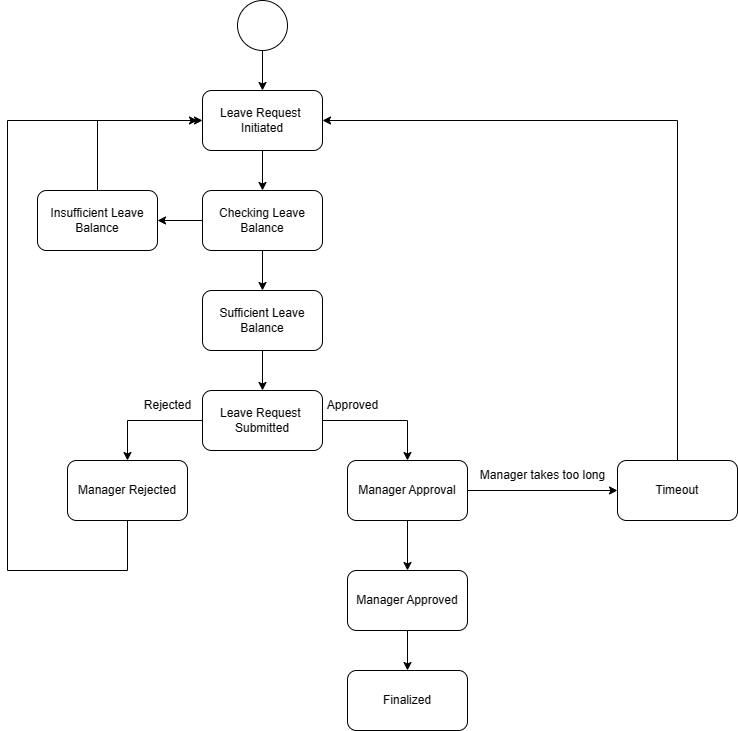
ilten22/SAD keeps this draw.io diagram as state/LeaveReqState.drawio.png. Above is the earlier version. Source tidied: cells renumbered, new cells last; positions are measured from the earlier drawing's top-left corner, leaving out a move shared by most shapes. Its diagram source:
```xml
<mxGraphModel background="#ffffff">
  <root>
    <mxCell id="0" />
    <mxCell id="1" parent="0" />
    <mxCell id="2" style="ellipse;whiteSpace=wrap;html=1;" parent="1" vertex="1">
      <mxGeometry x="230" width="50" height="50" as="geometry" />
    </mxCell>
    <mxCell id="3" value="Leave Request&amp;nbsp;&lt;br&gt;Initiated" style="rounded=1;whiteSpace=wrap;html=1;" parent="1" vertex="1">
      <mxGeometry x="195" y="90" width="120" height="60" as="geometry" />
    </mxCell>
    <mxCell id="4" value="Leave Request&amp;nbsp;&lt;br&gt;Submitted" style="rounded=1;whiteSpace=wrap;html=1;" parent="1" vertex="1">
      <mxGeometry x="195" y="390" width="120" height="60" as="geometry" />
    </mxCell>
    <mxCell id="5" value="Manager Approval" style="rounded=1;whiteSpace=wrap;html=1;" parent="1" vertex="1">
      <mxGeometry x="340" y="460" width="120" height="60" as="geometry" />
    </mxCell>
    <mxCell id="6" value="Manager Rejected" style="rounded=1;whiteSpace=wrap;html=1;" parent="1" vertex="1">
      <mxGeometry x="60" y="460" width="120" height="60" as="geometry" />
    </mxCell>
    <mxCell id="7" value="Manager Approved" style="rounded=1;whiteSpace=wrap;html=1;" parent="1" vertex="1">
      <mxGeometry x="340" y="570" width="120" height="60" as="geometry" />
    </mxCell>
    <mxCell id="8" style="endArrow=classic;html=1;rounded=0;exitX=0.5;exitY=1;exitDx=0;exitDy=0;entryX=0.5;entryY=0;entryDx=0;entryDy=0;" parent="1" edge="1" source="2" target="3">
      <mxGeometry relative="1" as="geometry" />
    </mxCell>
    <mxCell id="9" style="endArrow=classic;html=1;rounded=0;exitX=0.5;exitY=1;exitDx=0;exitDy=0;entryX=0.5;entryY=0;entryDx=0;entryDy=0;" parent="1" edge="1" source="3" target="22">
      <mxGeometry relative="1" as="geometry" />
    </mxCell>
    <mxCell id="10" style="endArrow=classic;html=1;rounded=0;exitX=0;exitY=0.5;exitDx=0;exitDy=0;entryX=0.5;entryY=0;entryDx=0;entryDy=0;" parent="1" edge="1" source="4" target="6">
      <mxGeometry relative="1" as="geometry">
        <Array as="points">
          <mxPoint x="120" y="420" />
        </Array>
      </mxGeometry>
    </mxCell>
    <mxCell id="11" style="endArrow=classic;html=1;rounded=0;exitX=0.5;exitY=1;exitDx=0;exitDy=0;" parent="1" edge="1" source="6">
      <mxGeometry relative="1" as="geometry">
        <mxPoint x="190" y="120" as="targetPoint" />
        <Array as="points">
          <mxPoint x="120" y="570" />
          <mxPoint y="570" />
          <mxPoint y="120" />
        </Array>
      </mxGeometry>
    </mxCell>
    <mxCell id="12" style="endArrow=classic;html=1;rounded=0;exitX=1;exitY=0.5;exitDx=0;exitDy=0;entryX=0.5;entryY=0;entryDx=0;entryDy=0;" parent="1" edge="1" source="4" target="5">
      <mxGeometry relative="1" as="geometry">
        <Array as="points">
          <mxPoint x="400" y="420" />
        </Array>
      </mxGeometry>
    </mxCell>
    <mxCell id="13" style="endArrow=classic;html=1;rounded=0;exitX=0.5;exitY=1;exitDx=0;exitDy=0;entryX=0.5;entryY=0;entryDx=0;entryDy=0;" parent="1" edge="1" source="5" target="7">
      <mxGeometry relative="1" as="geometry" />
    </mxCell>
    <mxCell id="14" style="endArrow=classic;html=1;rounded=0;exitX=0.5;exitY=1;exitDx=0;exitDy=0;entryX=0.5;entryY=0;entryDx=0;entryDy=0;" parent="1" edge="1" source="7" target="15">
      <mxGeometry relative="1" as="geometry" />
    </mxCell>
    <mxCell id="15" value="Finalized" style="rounded=1;whiteSpace=wrap;html=1;" parent="1" vertex="1">
      <mxGeometry x="340" y="670" width="120" height="60" as="geometry" />
    </mxCell>
    <mxCell id="16" style="endArrow=classic;html=1;rounded=0;exitX=1;exitY=0.5;exitDx=0;exitDy=0;entryX=0;entryY=0.5;entryDx=0;entryDy=0;" parent="1" edge="1" source="5" target="17">
      <mxGeometry relative="1" as="geometry" />
    </mxCell>
    <mxCell id="17" value="Timeout" style="rounded=1;whiteSpace=wrap;html=1;" parent="1" vertex="1">
      <mxGeometry x="610" y="460" width="120" height="60" as="geometry" />
    </mxCell>
    <mxCell id="18" style="endArrow=classic;html=1;rounded=0;exitX=0.5;exitY=0;exitDx=0;exitDy=0;entryX=1;entryY=0.5;entryDx=0;entryDy=0;" parent="1" edge="1" source="17" target="3">
      <mxGeometry relative="1" as="geometry">
        <Array as="points">
          <mxPoint x="670" y="120" />
        </Array>
      </mxGeometry>
    </mxCell>
    <mxCell id="19" value="Manager takes too long" style="text;html=1;align=center;verticalAlign=middle;strokeColor=none;fillColor=none;" parent="1" vertex="1">
      <mxGeometry x="460" y="460" width="150" height="30" as="geometry" />
    </mxCell>
    <mxCell id="20" value="Approved" style="text;html=1;align=center;verticalAlign=middle;strokeColor=none;fillColor=none;" parent="1" vertex="1">
      <mxGeometry x="310" y="390" width="70" height="30" as="geometry" />
    </mxCell>
    <mxCell id="21" value="Rejected" style="text;html=1;align=center;verticalAlign=middle;strokeColor=none;fillColor=none;" parent="1" vertex="1">
      <mxGeometry x="125" y="390" width="70" height="30" as="geometry" />
    </mxCell>
    <mxCell id="22" value="Checking Leave&lt;br&gt;Balance" style="rounded=1;whiteSpace=wrap;html=1;" parent="1" vertex="1">
      <mxGeometry x="195" y="190" width="120" height="60" as="geometry" />
    </mxCell>
    <mxCell id="23" value="Sufficient Leave&lt;br&gt;Balance" style="rounded=1;whiteSpace=wrap;html=1;" parent="1" vertex="1">
      <mxGeometry x="195" y="290" width="120" height="60" as="geometry" />
    </mxCell>
    <mxCell id="24" value="Insufficient Leave&lt;br&gt;Balance" style="rounded=1;whiteSpace=wrap;html=1;" parent="1" vertex="1">
      <mxGeometry x="30" y="190" width="120" height="60" as="geometry" />
    </mxCell>
    <mxCell id="25" style="endArrow=classic;html=1;rounded=0;exitX=0.5;exitY=1;exitDx=0;exitDy=0;entryX=0.5;entryY=0;entryDx=0;entryDy=0;" parent="1" edge="1" source="22" target="23">
      <mxGeometry relative="1" as="geometry" />
    </mxCell>
    <mxCell id="26" style="endArrow=classic;html=1;rounded=0;exitX=0.5;exitY=1;exitDx=0;exitDy=0;entryX=0.5;entryY=0;entryDx=0;entryDy=0;" parent="1" edge="1" source="23" target="4">
      <mxGeometry relative="1" as="geometry" />
    </mxCell>
    <mxCell id="27" style="endArrow=classic;html=1;rounded=0;exitX=0;exitY=0.5;exitDx=0;exitDy=0;entryX=1;entryY=0.5;entryDx=0;entryDy=0;" parent="1" edge="1" source="22" target="24">
      <mxGeometry relative="1" as="geometry" />
    </mxCell>
    <mxCell id="28" style="endArrow=classic;html=1;rounded=0;exitX=0.5;exitY=0;exitDx=0;exitDy=0;entryX=0;entryY=0.5;entryDx=0;entryDy=0;" parent="1" edge="1" source="24" target="3">
      <mxGeometry relative="1" as="geometry">
        <Array as="points">
          <mxPoint x="90" y="120" />
        </Array>
      </mxGeometry>
    </mxCell>
  </root>
</mxGraphModel>
```
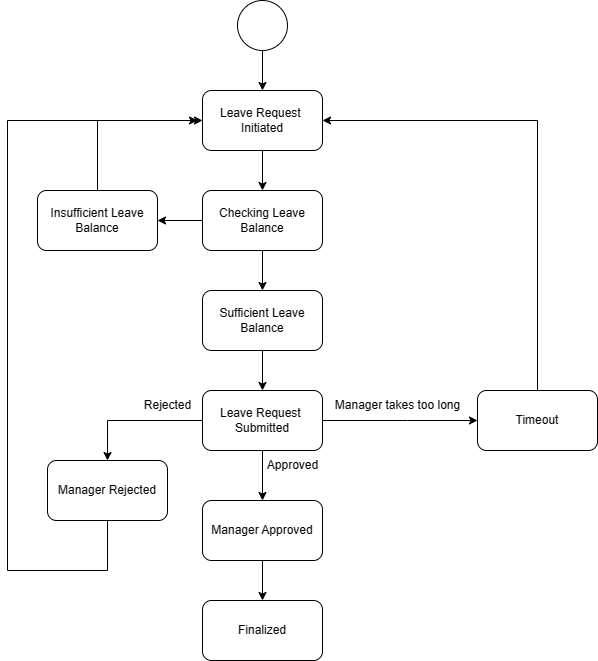
Above is the later version.

The edit, as a diff of the source:
```diff
@@ -11,14 +11,14 @@
     <mxCell id="4" value="Leave Request&amp;nbsp;&lt;br&gt;Submitted" style="rounded=1;whiteSpace=wrap;html=1;" parent="1" vertex="1">
       <mxGeometry x="195" y="390" width="120" height="60" as="geometry" />
     </mxCell>
-    <mxCell id="5" value="Manager Approval" style="rounded=1;whiteSpace=wrap;html=1;" parent="1" vertex="1">
-      <mxGeometry x="340" y="460" width="120" height="60" as="geometry" />
+    <mxCell id="5" value="Manager Approved" style="rounded=1;whiteSpace=wrap;html=1;" parent="1" vertex="1">
+      <mxGeometry x="195" y="500" width="120" height="60" as="geometry" />
     </mxCell>
     <mxCell id="6" value="Manager Rejected" style="rounded=1;whiteSpace=wrap;html=1;" parent="1" vertex="1">
-      <mxGeometry x="60" y="460" width="120" height="60" as="geometry" />
+      <mxGeometry x="40" y="460" width="120" height="60" as="geometry" />
     </mxCell>
-    <mxCell id="7" value="Manager Approved" style="rounded=1;whiteSpace=wrap;html=1;" parent="1" vertex="1">
-      <mxGeometry x="340" y="570" width="120" height="60" as="geometry" />
+    <mxCell id="7" value="Finalized" style="rounded=1;whiteSpace=wrap;html=1;" parent="1" vertex="1">
+      <mxGeometry x="195" y="600" width="120" height="60" as="geometry" />
     </mxCell>
     <mxCell id="8" style="endArrow=classic;html=1;rounded=0;exitX=0.5;exitY=1;exitDx=0;exitDy=0;entryX=0.5;entryY=0;entryDx=0;entryDy=0;" parent="1" edge="1" source="2" target="3">
       <mxGeometry relative="1" as="geometry" />
@@ -29,7 +29,7 @@
     <mxCell id="10" style="endArrow=classic;html=1;rounded=0;exitX=0;exitY=0.5;exitDx=0;exitDy=0;entryX=0.5;entryY=0;entryDx=0;entryDy=0;" parent="1" edge="1" source="4" target="6">
       <mxGeometry relative="1" as="geometry">
         <Array as="points">
-          <mxPoint x="120" y="420" />
+          <mxPoint x="100" y="420" />
         </Array>
       </mxGeometry>
     </mxCell>
@@ -37,13 +37,13 @@
       <mxGeometry relative="1" as="geometry">
         <mxPoint x="190" y="120" as="targetPoint" />
         <Array as="points">
-          <mxPoint x="120" y="570" />
+          <mxPoint x="100" y="570" />
           <mxPoint y="570" />
           <mxPoint y="120" />
         </Array>
       </mxGeometry>
     </mxCell>
-    <mxCell id="12" style="endArrow=classic;html=1;rounded=0;exitX=1;exitY=0.5;exitDx=0;exitDy=0;entryX=0.5;entryY=0;entryDx=0;entryDy=0;" parent="1" edge="1" source="4" target="5">
+    <mxCell id="12" style="endArrow=classic;html=1;rounded=0;exitX=1;exitY=0.5;exitDx=0;exitDy=0;entryX=0;entryY=0.5;entryDx=0;entryDy=0;" parent="1" edge="1" source="4" target="17">
       <mxGeometry relative="1" as="geometry">
         <Array as="points">
           <mxPoint x="400" y="420" />
@@ -53,30 +53,21 @@
     <mxCell id="13" style="endArrow=classic;html=1;rounded=0;exitX=0.5;exitY=1;exitDx=0;exitDy=0;entryX=0.5;entryY=0;entryDx=0;entryDy=0;" parent="1" edge="1" source="5" target="7">
       <mxGeometry relative="1" as="geometry" />
     </mxCell>
-    <mxCell id="14" style="endArrow=classic;html=1;rounded=0;exitX=0.5;exitY=1;exitDx=0;exitDy=0;entryX=0.5;entryY=0;entryDx=0;entryDy=0;" parent="1" edge="1" source="7" target="15">
-      <mxGeometry relative="1" as="geometry" />
-    </mxCell>
-    <mxCell id="15" value="Finalized" style="rounded=1;whiteSpace=wrap;html=1;" parent="1" vertex="1">
-      <mxGeometry x="340" y="670" width="120" height="60" as="geometry" />
-    </mxCell>
-    <mxCell id="16" style="endArrow=classic;html=1;rounded=0;exitX=1;exitY=0.5;exitDx=0;exitDy=0;entryX=0;entryY=0.5;entryDx=0;entryDy=0;" parent="1" edge="1" source="5" target="17">
-      <mxGeometry relative="1" as="geometry" />
-    </mxCell>
     <mxCell id="17" value="Timeout" style="rounded=1;whiteSpace=wrap;html=1;" parent="1" vertex="1">
-      <mxGeometry x="610" y="460" width="120" height="60" as="geometry" />
+      <mxGeometry x="470" y="390" width="120" height="60" as="geometry" />
     </mxCell>
     <mxCell id="18" style="endArrow=classic;html=1;rounded=0;exitX=0.5;exitY=0;exitDx=0;exitDy=0;entryX=1;entryY=0.5;entryDx=0;entryDy=0;" parent="1" edge="1" source="17" target="3">
       <mxGeometry relative="1" as="geometry">
         <Array as="points">
-          <mxPoint x="670" y="120" />
+          <mxPoint x="530" y="120" />
         </Array>
       </mxGeometry>
     </mxCell>
     <mxCell id="19" value="Manager takes too long" style="text;html=1;align=center;verticalAlign=middle;strokeColor=none;fillColor=none;" parent="1" vertex="1">
-      <mxGeometry x="460" y="460" width="150" height="30" as="geometry" />
+      <mxGeometry x="315" y="390" width="150" height="30" as="geometry" />
     </mxCell>
     <mxCell id="20" value="Approved" style="text;html=1;align=center;verticalAlign=middle;strokeColor=none;fillColor=none;" parent="1" vertex="1">
-      <mxGeometry x="310" y="390" width="70" height="30" as="geometry" />
+      <mxGeometry x="250" y="450" width="70" height="30" as="geometry" />
     </mxCell>
     <mxCell id="21" value="Rejected" style="text;html=1;align=center;verticalAlign=middle;strokeColor=none;fillColor=none;" parent="1" vertex="1">
       <mxGeometry x="125" y="390" width="70" height="30" as="geometry" />
@@ -106,5 +97,8 @@
         </Array>
       </mxGeometry>
     </mxCell>
+    <mxCell id="29" style="endArrow=classic;html=1;rounded=0;exitX=0.5;exitY=1;exitDx=0;exitDy=0;entryX=0.5;entryY=0;entryDx=0;entryDy=0;" parent="1" edge="1" source="4" target="5">
+      <mxGeometry relative="1" as="geometry" />
+    </mxCell>
   </root>
 </mxGraphModel>
```
